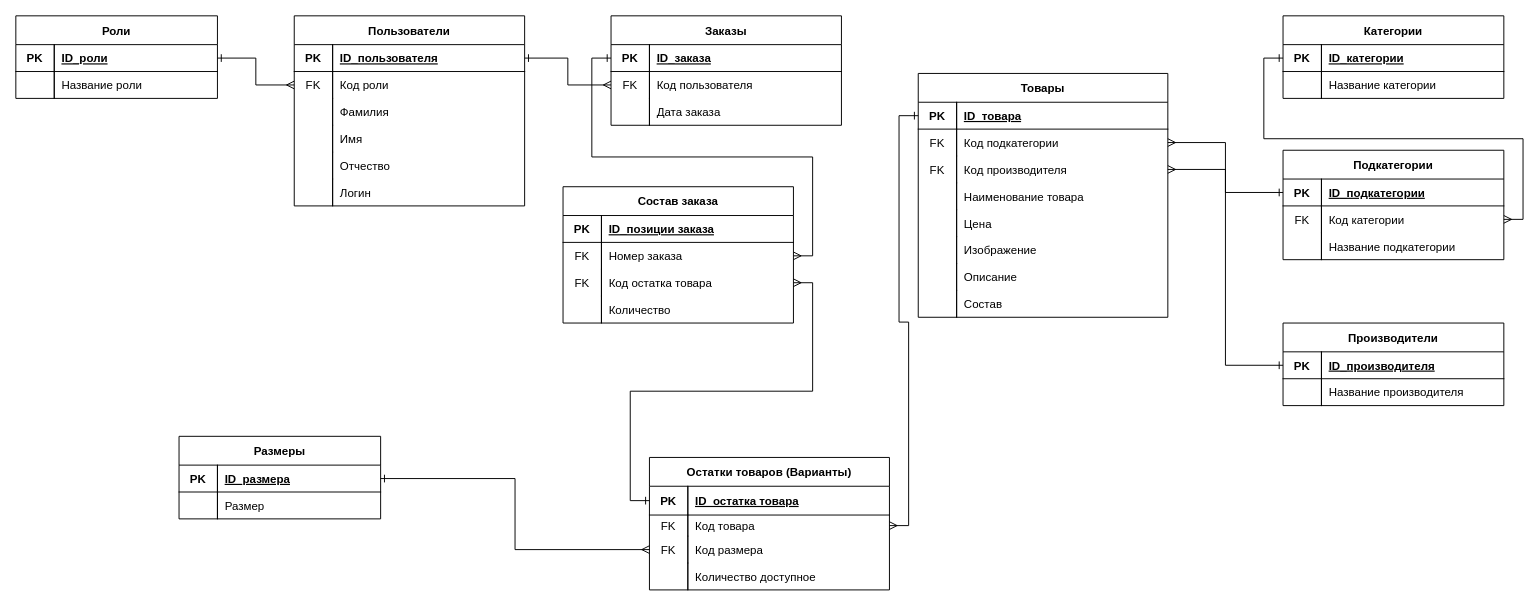
The draw.io diagram 3nf_2.drawio in Amina1368/kazakbaeva-amina-software-modules, before the edit. Source tidied: cells renumbered, new cells numbered last; positions are measured from the earlier drawing's top-left corner, leaving out a move shared by most shapes. Both pictures are drawn from the tidied source at 96%, with x=0, y=0 at pixel (15, 15).
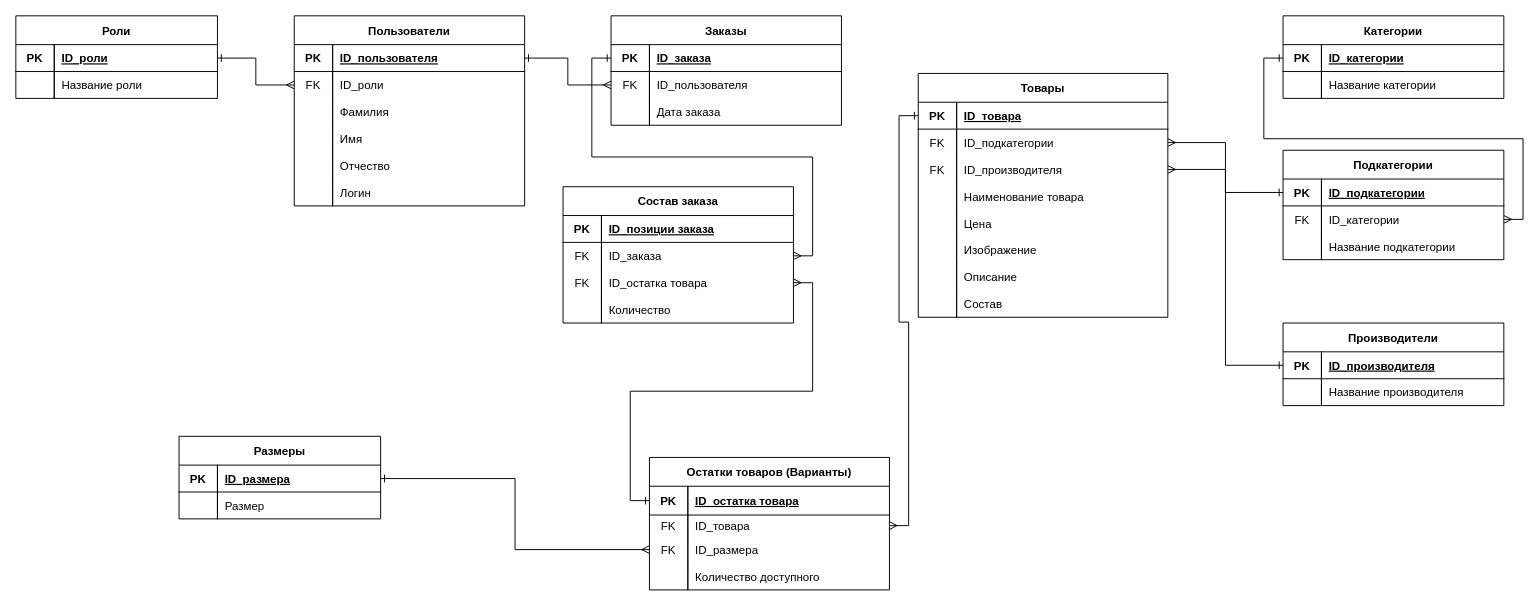
Above is the later version.

Unchanged cells that the change refers to:
```xml
<mxCell id="13" style="shape=tableRow;horizontal=0;startSize=0;swimlaneHead=0;swimlaneBody=0;fillColor=none;points=[[0,0.5],[1,0.5]];portConstraint=eastwest;top=0;left=0;right=0;bottom=0;" parent="9" vertex="1">
  <mxGeometry y="58" width="240" height="28" as="geometry" />
</mxCell>
<mxCell id="32" style="shape=tableRow;horizontal=0;startSize=0;swimlaneHead=0;swimlaneBody=0;fillColor=none;points=[[0,0.5],[1,0.5]];portConstraint=eastwest;top=0;left=0;right=0;bottom=0;" parent="28" vertex="1">
  <mxGeometry y="58" width="240" height="28" as="geometry" />
</mxCell>
<mxCell id="42" style="shape=tableRow;horizontal=0;startSize=0;swimlaneHead=0;swimlaneBody=0;fillColor=none;points=[[0,0.5],[1,0.5]];portConstraint=eastwest;top=0;left=0;right=0;bottom=0;" parent="38" vertex="1">
  <mxGeometry y="58" width="240" height="28" as="geometry" />
</mxCell>
<mxCell id="45" style="shape=tableRow;horizontal=0;startSize=0;swimlaneHead=0;swimlaneBody=0;fillColor=none;points=[[0,0.5],[1,0.5]];portConstraint=eastwest;top=0;left=0;right=0;bottom=0;" parent="38" vertex="1">
  <mxGeometry y="86" width="240" height="28" as="geometry" />
</mxCell>
<mxCell id="55" style="shape=tableRow;horizontal=0;startSize=0;swimlaneHead=0;swimlaneBody=0;fillColor=none;points=[[0,0.5],[1,0.5]];portConstraint=eastwest;top=0;left=0;right=0;bottom=0;" parent="51" vertex="1">
  <mxGeometry y="60" width="250" height="22" as="geometry" />
</mxCell>
<mxCell id="58" style="shape=tableRow;horizontal=0;startSize=0;swimlaneHead=0;swimlaneBody=0;fillColor=none;points=[[0,0.5],[1,0.5]];portConstraint=eastwest;top=0;left=0;right=0;bottom=0;" parent="51" vertex="1">
  <mxGeometry y="82" width="250" height="28" as="geometry" />
</mxCell>
<mxCell id="61" style="shape=tableRow;horizontal=0;startSize=0;swimlaneHead=0;swimlaneBody=0;fillColor=none;top=0;left=0;right=0;bottom=0;" parent="51" vertex="1">
  <mxGeometry y="110" width="250" height="28" as="geometry" />
</mxCell>
<mxCell id="75" style="shape=tableRow;horizontal=0;startSize=0;swimlaneHead=0;swimlaneBody=0;fillColor=none;points=[[0,0.5],[1,0.5]];portConstraint=eastwest;top=0;left=0;right=0;bottom=0;" parent="71" vertex="1">
  <mxGeometry y="58" width="260" height="28" as="geometry" />
</mxCell>
<mxCell id="78" style="shape=tableRow;horizontal=0;startSize=0;swimlaneHead=0;swimlaneBody=0;fillColor=none;points=[[0,0.5],[1,0.5]];portConstraint=eastwest;top=0;left=0;right=0;bottom=0;" parent="71" vertex="1">
  <mxGeometry y="86" width="260" height="28" as="geometry" />
</mxCell>
<mxCell id="100" style="shape=tableRow;horizontal=0;startSize=0;swimlaneHead=0;swimlaneBody=0;fillColor=none;points=[[0,0.5],[1,0.5]];portConstraint=eastwest;top=0;left=0;right=0;bottom=0;" parent="96" vertex="1">
  <mxGeometry y="58" width="230" height="28" as="geometry" />
</mxCell>
```

The edit, as a diff of the source:
```diff
@@
-    <mxCell id="15" value="Код роли" style="shape=partialRectangle;fillColor=none;top=0;left=0;bottom=0;right=0;align=left;spacingLeft=6;fontStyle=0;overflow=hidden;verticalAlign=middle;" parent="13" vertex="1">
+    <mxCell id="15" value="ID_роли" style="shape=partialRectangle;fillColor=none;top=0;left=0;bottom=0;right=0;align=left;spacingLeft=6;fontStyle=0;overflow=hidden;verticalAlign=middle;" parent="13" vertex="1">
       <mxGeometry x="40" width="200" height="28" as="geometry" />
     </mxCell>
@@
-    <mxCell id="34" value="Код пользователя" style="shape=partialRectangle;fillColor=none;top=0;left=0;bottom=0;right=0;align=left;spacingLeft=6;fontStyle=0;overflow=hidden;verticalAlign=middle;" parent="32" vertex="1">
+    <mxCell id="34" value="ID_пользователя" style="shape=partialRectangle;fillColor=none;top=0;left=0;bottom=0;right=0;align=left;spacingLeft=6;fontStyle=0;overflow=hidden;verticalAlign=middle;" parent="32" vertex="1">
       <mxGeometry x="40" width="200" height="28" as="geometry" />
     </mxCell>
@@
-    <mxCell id="44" value="Номер заказа" style="shape=partialRectangle;fillColor=none;top=0;left=0;bottom=0;right=0;align=left;spacingLeft=6;fontStyle=0;overflow=hidden;verticalAlign=middle;" parent="42" vertex="1">
+    <mxCell id="44" value="ID_заказа" style="shape=partialRectangle;fillColor=none;top=0;left=0;bottom=0;right=0;align=left;spacingLeft=6;fontStyle=0;overflow=hidden;verticalAlign=middle;" parent="42" vertex="1">
       <mxGeometry x="40" width="200" height="28" as="geometry" />
     </mxCell>
@@
-    <mxCell id="47" value="Код остатка товара" style="shape=partialRectangle;fillColor=none;top=0;left=0;bottom=0;right=0;align=left;spacingLeft=6;fontStyle=0;overflow=hidden;verticalAlign=middle;" parent="45" vertex="1">
+    <mxCell id="47" value="ID_остатка товара" style="shape=partialRectangle;fillColor=none;top=0;left=0;bottom=0;right=0;align=left;spacingLeft=6;fontStyle=0;overflow=hidden;verticalAlign=middle;" parent="45" vertex="1">
       <mxGeometry x="40" width="200" height="28" as="geometry" />
     </mxCell>
@@
-    <mxCell id="57" value="Код товара" style="shape=partialRectangle;fillColor=none;top=0;left=0;bottom=0;right=0;align=left;spacingLeft=6;fontStyle=0;overflow=hidden;verticalAlign=middle;" parent="55" vertex="1">
+    <mxCell id="57" value="ID_товара" style="shape=partialRectangle;fillColor=none;top=0;left=0;bottom=0;right=0;align=left;spacingLeft=6;fontStyle=0;overflow=hidden;verticalAlign=middle;" parent="55" vertex="1">
       <mxGeometry x="40" width="210" height="22" as="geometry" />
     </mxCell>
@@
-    <mxCell id="60" value="Код размера" style="shape=partialRectangle;fillColor=none;top=0;left=0;bottom=0;right=0;align=left;spacingLeft=6;fontStyle=0;overflow=hidden;verticalAlign=middle;" parent="58" vertex="1">
+    <mxCell id="60" value="ID_размера" style="shape=partialRectangle;fillColor=none;top=0;left=0;bottom=0;right=0;align=left;spacingLeft=6;fontStyle=0;overflow=hidden;verticalAlign=middle;" parent="58" vertex="1">
       <mxGeometry x="40" width="210" height="28" as="geometry" />
     </mxCell>
@@
-    <mxCell id="63" value="Количество доступное" style="shape=partialRectangle;fillColor=none;top=0;left=0;bottom=0;right=0;align=left;spacingLeft=6;overflow=hidden;verticalAlign=middle;" parent="61" vertex="1">
+    <mxCell id="63" value="Количество доступного" style="shape=partialRectangle;fillColor=none;top=0;left=0;bottom=0;right=0;align=left;spacingLeft=6;overflow=hidden;verticalAlign=middle;" parent="61" vertex="1">
       <mxGeometry x="40" width="210" height="28" as="geometry" />
     </mxCell>
@@
-    <mxCell id="77" value="Код подкатегории" style="shape=partialRectangle;fillColor=none;top=0;left=0;bottom=0;right=0;align=left;spacingLeft=6;fontStyle=0;overflow=hidden;verticalAlign=middle;" parent="75" vertex="1">
+    <mxCell id="77" value="ID_подкатегории" style="shape=partialRectangle;fillColor=none;top=0;left=0;bottom=0;right=0;align=left;spacingLeft=6;fontStyle=0;overflow=hidden;verticalAlign=middle;" parent="75" vertex="1">
       <mxGeometry x="40" width="220" height="28" as="geometry" />
     </mxCell>
@@
-    <mxCell id="80" value="Код производителя" style="shape=partialRectangle;fillColor=none;top=0;left=0;bottom=0;right=0;align=left;spacingLeft=6;fontStyle=0;overflow=hidden;verticalAlign=middle;" parent="78" vertex="1">
+    <mxCell id="80" value="ID_производителя" style="shape=partialRectangle;fillColor=none;top=0;left=0;bottom=0;right=0;align=left;spacingLeft=6;fontStyle=0;overflow=hidden;verticalAlign=middle;" parent="78" vertex="1">
       <mxGeometry x="40" width="220" height="28" as="geometry" />
     </mxCell>
@@
-    <mxCell id="102" value="Код категории" style="shape=partialRectangle;fillColor=none;top=0;left=0;bottom=0;right=0;align=left;spacingLeft=6;fontStyle=0;overflow=hidden;verticalAlign=middle;" parent="100" vertex="1">
+    <mxCell id="102" value="ID_категории" style="shape=partialRectangle;fillColor=none;top=0;left=0;bottom=0;right=0;align=left;spacingLeft=6;fontStyle=0;overflow=hidden;verticalAlign=middle;" parent="100" vertex="1">
       <mxGeometry x="40" width="190" height="28" as="geometry" />
     </mxCell>
```
